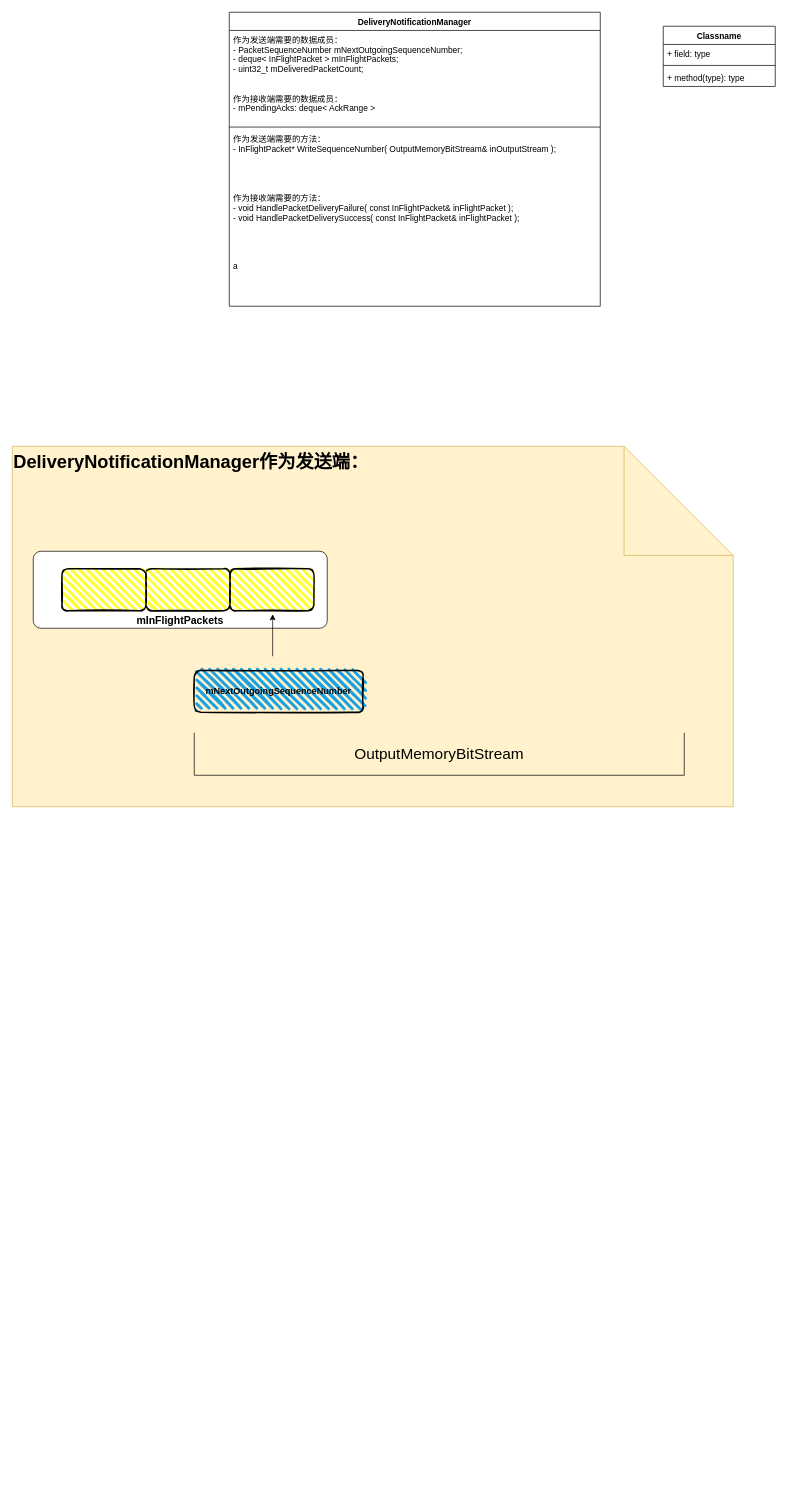
The draw.io diagram 未命名绘图.drawio in jialin0x7c9/Learning, before the edit. Source tidied: cells renumbered, new cells numbered last; positions are measured from the earlier drawing's top-left corner, leaving out a move shared by most shapes. Both pictures are drawn from the tidied source at 70%, with x=0, y=0 at pixel (12, 12).
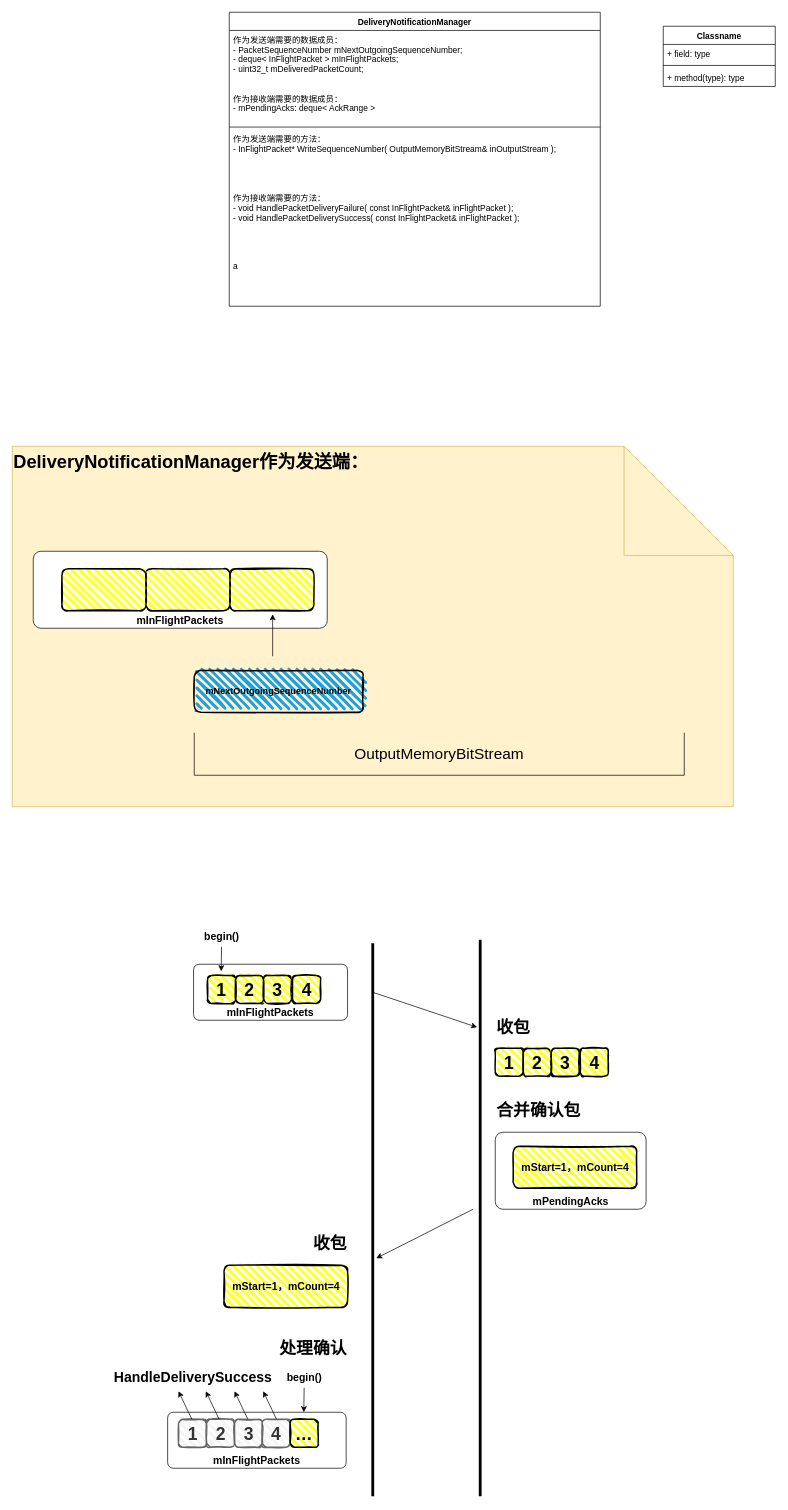
After the change.

Commit message:
更新未命名绘图.drawio

Diff of the diagram source:
```diff
@@
+    <mxCell id="18" value="&lt;span style=&quot;font-size: 15px&quot;&gt;&lt;b&gt;mPendingAcks&lt;/b&gt;&lt;/span&gt;" style="rounded=1;arcSize=10;whiteSpace=wrap;html=1;align=center;verticalAlign=bottom;" parent="1" vertex="1">
+      <mxGeometry x="690" y="1600" width="215.5" height="110" as="geometry" />
+    </mxCell>
+    <mxCell id="19" value="&lt;b&gt;&lt;font style=&quot;font-size: 15px&quot;&gt;mInFlightPackets&lt;/font&gt;&lt;/b&gt;" style="rounded=1;arcSize=10;whiteSpace=wrap;html=1;align=center;verticalAlign=bottom;" parent="1" vertex="1">
+      <mxGeometry x="259" y="1360" width="220" height="80" as="geometry" />
+    </mxCell>
@@
+    <mxCell id="20" value="&lt;b&gt;&lt;font style=&quot;font-size: 25px&quot;&gt;1&lt;/font&gt;&lt;/b&gt;" style="rounded=1;whiteSpace=wrap;html=1;strokeWidth=2;fillWeight=4;hachureGap=8;hachureAngle=45;sketch=1;fillColor=#FFFF33;" parent="1" vertex="1">
+      <mxGeometry x="279" y="1376" width="40" height="40" as="geometry" />
+    </mxCell>
+    <mxCell id="21" value="&lt;b&gt;&lt;font style=&quot;font-size: 25px&quot;&gt;2&lt;/font&gt;&lt;/b&gt;" style="rounded=1;whiteSpace=wrap;html=1;strokeWidth=2;fillWeight=4;hachureGap=8;hachureAngle=45;sketch=1;fillColor=#FFFF33;" parent="1" vertex="1">
+      <mxGeometry x="319" y="1376" width="40" height="40" as="geometry" />
+    </mxCell>
+    <mxCell id="22" value="&lt;b&gt;&lt;font style=&quot;font-size: 25px&quot;&gt;3&lt;/font&gt;&lt;/b&gt;" style="rounded=1;whiteSpace=wrap;html=1;strokeWidth=2;fillWeight=4;hachureGap=8;hachureAngle=45;sketch=1;fillColor=#FFFF33;" parent="1" vertex="1">
+      <mxGeometry x="359" y="1376" width="40" height="40" as="geometry" />
+    </mxCell>
+    <mxCell id="23" value="&lt;b&gt;&lt;font style=&quot;font-size: 25px&quot;&gt;4&lt;/font&gt;&lt;/b&gt;" style="rounded=1;whiteSpace=wrap;html=1;strokeWidth=2;fillWeight=4;hachureGap=8;hachureAngle=45;sketch=1;fillColor=#FFFF33;" parent="1" vertex="1">
+      <mxGeometry x="400.5" y="1376" width="40" height="40" as="geometry" />
+    </mxCell>
+    <mxCell id="24" value="&lt;b&gt;&lt;font style=&quot;font-size: 15px&quot;&gt;mStart=1，mCount=4&lt;/font&gt;&lt;/b&gt;" style="rounded=1;whiteSpace=wrap;html=1;strokeWidth=2;fillWeight=4;hachureGap=8;hachureAngle=45;sketch=1;fillColor=#FFFF33;" parent="1" vertex="1">
+      <mxGeometry x="715.5" y="1620" width="176.5" height="60" as="geometry" />
+    </mxCell>
+    <mxCell id="25" style="line;strokeWidth=4;direction=south;html=1;perimeter=backbonePerimeter;" parent="1" vertex="1">
+      <mxGeometry x="663.5" y="1325" width="10" height="795" as="geometry" />
+    </mxCell>
+    <mxCell id="26" value="收包" style="text;strokeColor=none;fillColor=none;html=1;fontSize=24;fontStyle=1;verticalAlign=middle;align=left;" parent="1" vertex="1">
+      <mxGeometry x="690" y="1430" width="150" height="40" as="geometry" />
+    </mxCell>
+    <mxCell id="27" value="合并确认包" style="text;strokeColor=none;fillColor=none;html=1;fontSize=24;fontStyle=1;verticalAlign=middle;align=left;" parent="1" vertex="1">
+      <mxGeometry x="690" y="1550" width="150" height="40" as="geometry" />
+    </mxCell>
+    <mxCell id="28" value="&lt;b&gt;&lt;font style=&quot;font-size: 15px&quot;&gt;mInFlightPackets&lt;/font&gt;&lt;/b&gt;" style="rounded=1;arcSize=10;whiteSpace=wrap;html=1;align=center;verticalAlign=bottom;" parent="1" vertex="1">
+      <mxGeometry x="222" y="2000" width="255" height="80" as="geometry" />
+    </mxCell>
+    <mxCell id="29" value="&lt;b&gt;&lt;font style=&quot;font-size: 25px&quot;&gt;1&lt;/font&gt;&lt;/b&gt;" style="rounded=1;whiteSpace=wrap;html=1;strokeWidth=2;fillWeight=4;hachureGap=8;hachureAngle=45;sketch=1;fillColor=#f5f5f5;strokeColor=#666666;fontColor=#333333;" parent="1" vertex="1">
+      <mxGeometry x="237.5" y="2010" width="40" height="40" as="geometry" />
+    </mxCell>
+    <mxCell id="30" value="&lt;b&gt;&lt;font style=&quot;font-size: 25px&quot;&gt;2&lt;/font&gt;&lt;/b&gt;" style="rounded=1;whiteSpace=wrap;html=1;strokeWidth=2;fillWeight=4;hachureGap=8;hachureAngle=45;sketch=1;fillColor=#f5f5f5;strokeColor=#666666;fontColor=#333333;" parent="1" vertex="1">
+      <mxGeometry x="277.5" y="2010" width="40" height="40" as="geometry" />
+    </mxCell>
+    <mxCell id="31" value="&lt;b&gt;&lt;font style=&quot;font-size: 25px&quot;&gt;3&lt;/font&gt;&lt;/b&gt;" style="rounded=1;whiteSpace=wrap;html=1;strokeWidth=2;fillWeight=4;hachureGap=8;hachureAngle=45;sketch=1;fillColor=#f5f5f5;strokeColor=#666666;fontColor=#333333;" parent="1" vertex="1">
+      <mxGeometry x="317.5" y="2010" width="40" height="40" as="geometry" />
+    </mxCell>
+    <mxCell id="32" value="&lt;b&gt;&lt;font style=&quot;font-size: 25px&quot;&gt;4&lt;/font&gt;&lt;/b&gt;" style="rounded=1;whiteSpace=wrap;html=1;strokeWidth=2;fillWeight=4;hachureGap=8;hachureAngle=45;sketch=1;fillColor=#f5f5f5;strokeColor=#666666;fontColor=#333333;" parent="1" vertex="1">
+      <mxGeometry x="357" y="2010" width="40" height="40" as="geometry" />
+    </mxCell>
+    <mxCell id="33" style="endArrow=classic;html=1;" parent="1" edge="1">
+      <mxGeometry relative="1" as="geometry">
+        <mxPoint x="299" y="1335" as="sourcePoint" />
+        <mxPoint x="298.5" y="1370" as="targetPoint" />
+      </mxGeometry>
+    </mxCell>
+    <mxCell id="34" value="&lt;font style=&quot;font-size: 15px;&quot;&gt;begin()&lt;/font&gt;" style="text;strokeColor=none;fillColor=none;html=1;fontSize=15;fontStyle=1;verticalAlign=middle;align=center;" parent="1" vertex="1">
+      <mxGeometry x="270.8" y="1310" width="56.5" height="20" as="geometry" />
+    </mxCell>
+    <mxCell id="35" value="&lt;font style=&quot;font-size: 20px&quot;&gt;HandleDeliverySuccess&lt;/font&gt;" style="text;strokeColor=none;fillColor=none;html=1;fontSize=20;fontStyle=1;verticalAlign=middle;align=center;" parent="1" vertex="1">
+      <mxGeometry x="137.5" y="1930" width="240" height="40" as="geometry" />
+    </mxCell>
+    <mxCell id="36" value="收包" style="text;strokeColor=none;fillColor=none;html=1;fontSize=24;fontStyle=1;verticalAlign=middle;align=right;" parent="1" vertex="1">
+      <mxGeometry x="329" y="1740" width="150" height="40" as="geometry" />
+    </mxCell>
+    <mxCell id="37" value="处理确认" style="text;strokeColor=none;fillColor=none;html=1;fontSize=24;fontStyle=1;verticalAlign=middle;align=right;" parent="1" vertex="1">
+      <mxGeometry x="329" y="1890" width="150" height="40" as="geometry" />
+    </mxCell>
+    <mxCell id="38" value="&lt;b&gt;&lt;font style=&quot;font-size: 25px&quot;&gt;…&lt;/font&gt;&lt;/b&gt;" style="rounded=1;whiteSpace=wrap;html=1;strokeWidth=2;fillWeight=4;hachureGap=8;hachureAngle=45;sketch=1;fillColor=#FFFF33;" parent="1" vertex="1">
+      <mxGeometry x="397" y="2010" width="40" height="40" as="geometry" />
+    </mxCell>
+    <mxCell id="39" style="line;strokeWidth=4;direction=south;html=1;perimeter=backbonePerimeter;" parent="1" vertex="1">
+      <mxGeometry x="510" y="1330" width="10" height="790" as="geometry" />
+    </mxCell>
+    <mxCell id="40" value="&lt;b&gt;&lt;font style=&quot;font-size: 25px&quot;&gt;1&lt;/font&gt;&lt;/b&gt;" style="rounded=1;whiteSpace=wrap;html=1;strokeWidth=2;fillWeight=4;hachureGap=8;hachureAngle=45;sketch=1;fillColor=#FFFF33;" parent="1" vertex="1">
+      <mxGeometry x="690" y="1480" width="40" height="40" as="geometry" />
+    </mxCell>
+    <mxCell id="41" value="&lt;b&gt;&lt;font style=&quot;font-size: 25px&quot;&gt;2&lt;/font&gt;&lt;/b&gt;" style="rounded=1;whiteSpace=wrap;html=1;strokeWidth=2;fillWeight=4;hachureGap=8;hachureAngle=45;sketch=1;fillColor=#FFFF33;" parent="1" vertex="1">
+      <mxGeometry x="730" y="1480" width="40" height="40" as="geometry" />
+    </mxCell>
+    <mxCell id="42" value="&lt;b&gt;&lt;font style=&quot;font-size: 25px&quot;&gt;3&lt;/font&gt;&lt;/b&gt;" style="rounded=1;whiteSpace=wrap;html=1;strokeWidth=2;fillWeight=4;hachureGap=8;hachureAngle=45;sketch=1;fillColor=#FFFF33;" parent="1" vertex="1">
+      <mxGeometry x="770" y="1480" width="40" height="40" as="geometry" />
+    </mxCell>
+    <mxCell id="43" value="&lt;b&gt;&lt;font style=&quot;font-size: 25px&quot;&gt;4&lt;/font&gt;&lt;/b&gt;" style="rounded=1;whiteSpace=wrap;html=1;strokeWidth=2;fillWeight=4;hachureGap=8;hachureAngle=45;sketch=1;fillColor=#FFFF33;" parent="1" vertex="1">
+      <mxGeometry x="811.5" y="1480" width="40" height="40" as="geometry" />
+    </mxCell>
+    <mxCell id="44" value="&lt;b&gt;&lt;font style=&quot;font-size: 15px&quot;&gt;mStart=1，mCount=4&lt;/font&gt;&lt;/b&gt;" style="rounded=1;whiteSpace=wrap;html=1;strokeWidth=2;fillWeight=4;hachureGap=8;hachureAngle=45;sketch=1;fillColor=#FFFF33;" parent="1" vertex="1">
+      <mxGeometry x="302.5" y="1790" width="176.5" height="60" as="geometry" />
+    </mxCell>
+    <mxCell id="45" style="endArrow=classic;html=1;" parent="1" edge="1">
+      <mxGeometry relative="1" as="geometry">
+        <mxPoint x="417" y="1965" as="sourcePoint" />
+        <mxPoint x="416.5" y="2000" as="targetPoint" />
+      </mxGeometry>
+    </mxCell>
+    <mxCell id="46" value="&lt;font style=&quot;font-size: 15px;&quot;&gt;begin()&lt;/font&gt;" style="text;strokeColor=none;fillColor=none;html=1;fontSize=15;fontStyle=1;verticalAlign=middle;align=center;" parent="1" vertex="1">
+      <mxGeometry x="388.8" y="1940" width="56.5" height="20" as="geometry" />
+    </mxCell>
+    <mxCell id="47" style="endArrow=classic;html=1;fontSize=20;" parent="1" edge="1">
+      <mxGeometry relative="1" as="geometry">
+        <mxPoint x="295.5" y="2010" as="sourcePoint" />
+        <mxPoint x="276.5" y="1970" as="targetPoint" />
+      </mxGeometry>
+    </mxCell>
+    <mxCell id="48" style="endArrow=classic;html=1;fontSize=20;" parent="1" edge="1">
+      <mxGeometry relative="1" as="geometry">
+        <mxPoint x="256.5" y="2010" as="sourcePoint" />
+        <mxPoint x="237.5" y="1970" as="targetPoint" />
+      </mxGeometry>
+    </mxCell>
+    <mxCell id="49" style="endArrow=classic;html=1;fontSize=20;" parent="1" edge="1">
+      <mxGeometry relative="1" as="geometry">
+        <mxPoint x="377.5" y="2010" as="sourcePoint" />
+        <mxPoint x="358.5" y="1970" as="targetPoint" />
+      </mxGeometry>
+    </mxCell>
+    <mxCell id="50" style="endArrow=classic;html=1;fontSize=20;" parent="1" edge="1">
+      <mxGeometry relative="1" as="geometry">
+        <mxPoint x="336.5" y="2010" as="sourcePoint" />
+        <mxPoint x="317.5" y="1970" as="targetPoint" />
+      </mxGeometry>
+    </mxCell>
+    <mxCell id="51" style="endArrow=classic;html=1;fontSize=20;" parent="1" edge="1">
+      <mxGeometry relative="1" as="geometry">
+        <mxPoint x="515" y="1400" as="sourcePoint" />
+        <mxPoint x="664" y="1450" as="targetPoint" />
+      </mxGeometry>
+    </mxCell>
+    <mxCell id="52" style="endArrow=classic;html=1;fontSize=20;" parent="1" edge="1">
+      <mxGeometry relative="1" as="geometry">
+        <mxPoint x="658.5" y="1710" as="sourcePoint" />
+        <mxPoint x="520" y="1780" as="targetPoint" />
+      </mxGeometry>
+    </mxCell>
```
